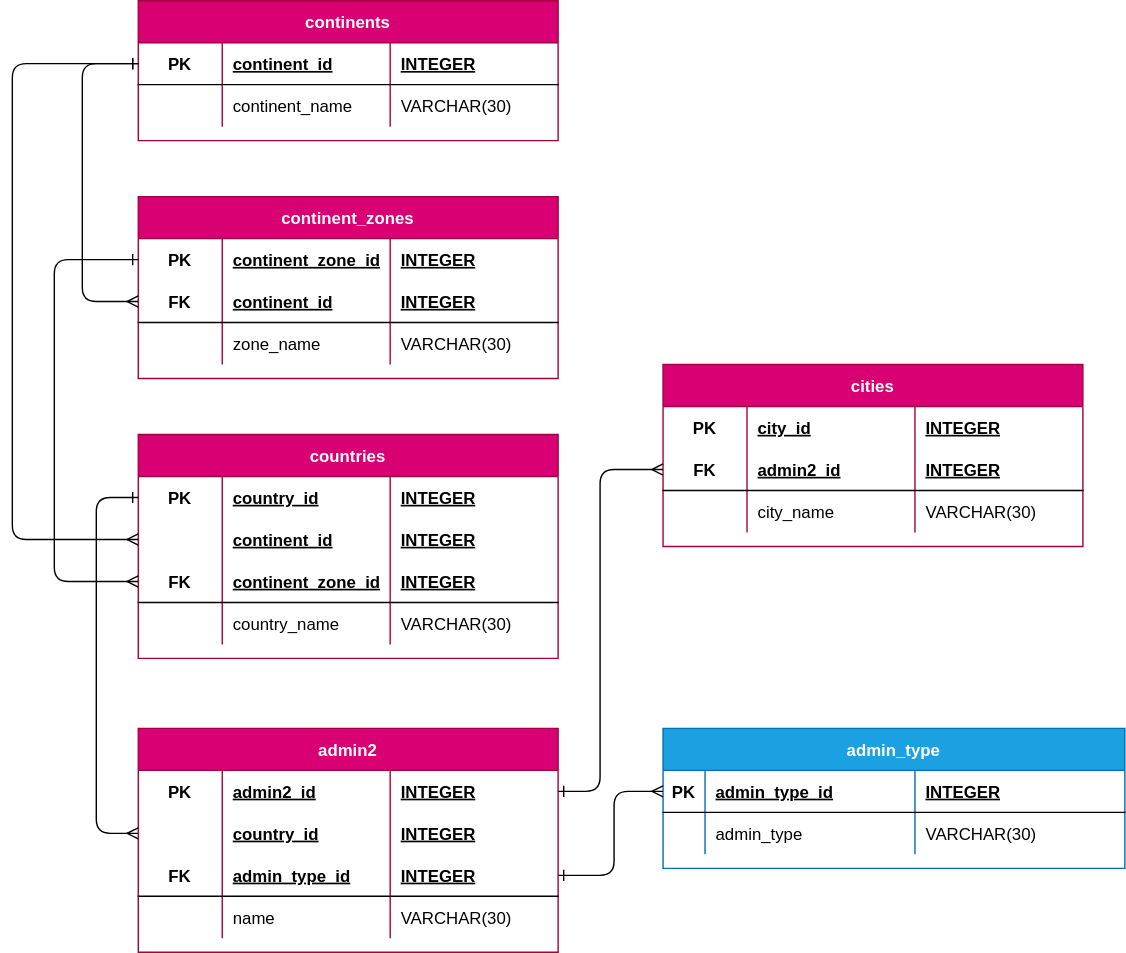
Earlier version of the draw.io export mundo_ER.svg (r3card0/mundo-octo-potato). Source tidied: cells renumbered, new cells last; positions are measured from the earlier drawing's top-left corner, leaving out a move shared by most shapes.
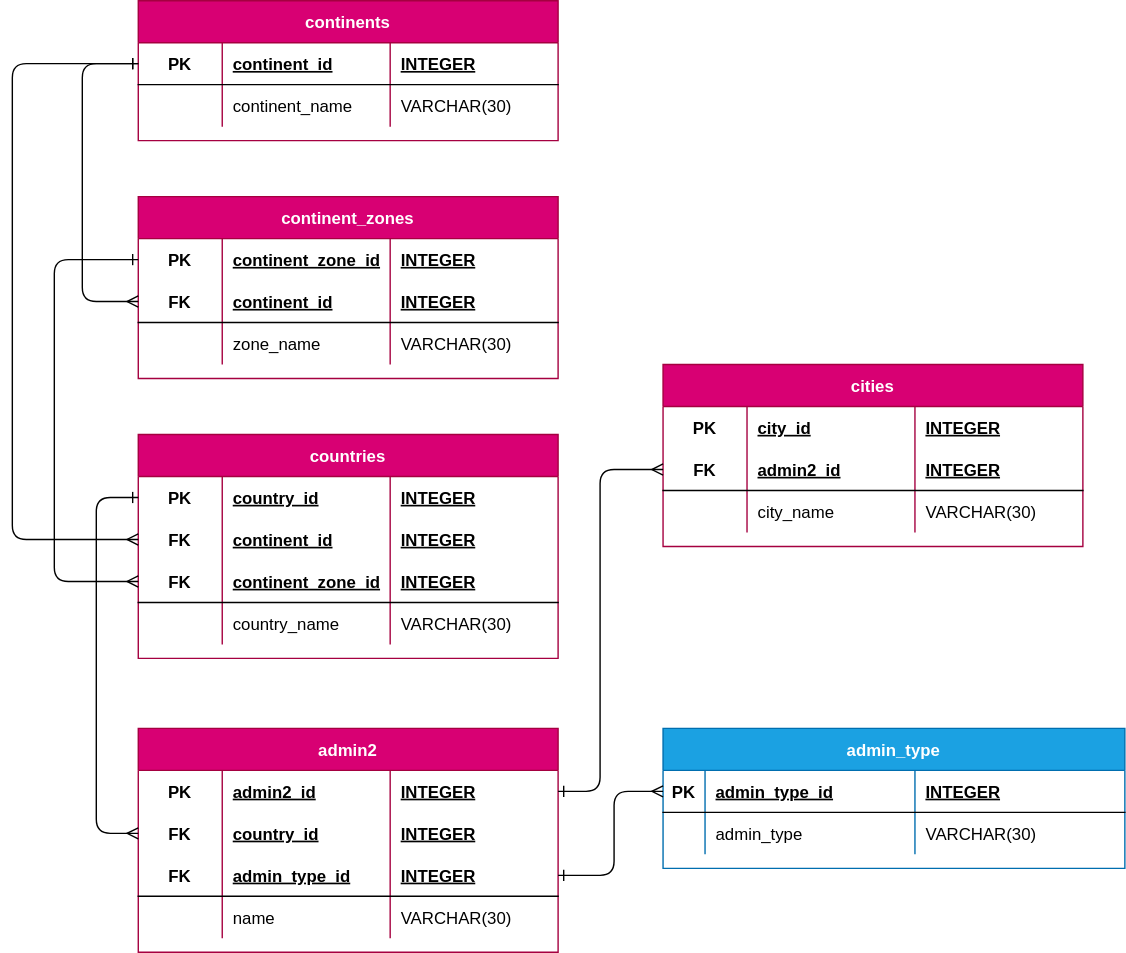
The same diagram one commit later.

Change to the diagram source:
```diff
@@ -47,7 +47,7 @@
     <mxCell id="16" style="shape=partialRectangle;fillColor=none;top=0;left=0;bottom=0;right=0;points=[[0,0.5],[1,0.5]];portConstraint=eastwest;" parent="11" vertex="1">
       <mxGeometry y="60" width="300" height="30" as="geometry" />
     </mxCell>
-    <mxCell id="17" style="shape=partialRectangle;fillColor=none;top=0;left=0;bottom=0;right=0;fontStyle=1;overflow=hidden;" parent="16" vertex="1">
+    <mxCell id="17" value="FK" style="shape=partialRectangle;fillColor=none;top=0;left=0;bottom=0;right=0;fontStyle=1;overflow=hidden;" parent="16" vertex="1">
       <mxGeometry width="60" height="30" as="geometry" />
     </mxCell>
     <mxCell id="18" value="country_id" style="shape=partialRectangle;fillColor=none;top=0;left=0;bottom=0;right=0;align=left;spacingLeft=6;fontStyle=5;overflow=hidden;" parent="16" vertex="1">
@@ -211,7 +211,7 @@
     <mxCell id="69" style="shape=partialRectangle;fillColor=none;top=0;left=0;bottom=0;right=0;points=[[0,0.5],[1,0.5]];portConstraint=eastwest;" parent="64" vertex="1">
       <mxGeometry y="60" width="300" height="30" as="geometry" />
     </mxCell>
-    <mxCell id="70" style="shape=partialRectangle;fillColor=none;top=0;left=0;bottom=0;right=0;fontStyle=1;overflow=hidden;" parent="69" vertex="1">
+    <mxCell id="70" value="FK" style="shape=partialRectangle;fillColor=none;top=0;left=0;bottom=0;right=0;fontStyle=1;overflow=hidden;" parent="69" vertex="1">
       <mxGeometry width="60" height="30" as="geometry" />
     </mxCell>
     <mxCell id="71" value="continent_id" style="shape=partialRectangle;fillColor=none;top=0;left=0;bottom=0;right=0;align=left;spacingLeft=6;fontStyle=5;overflow=hidden;" parent="69" vertex="1">
```
